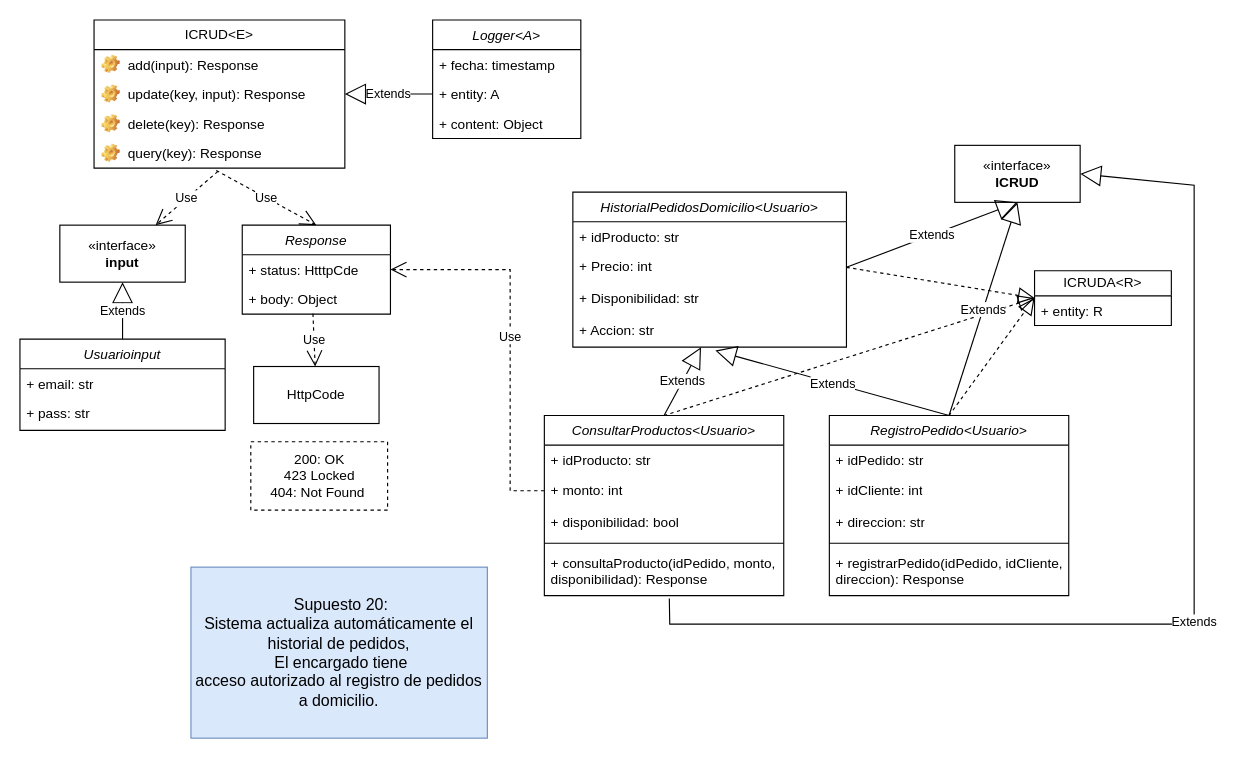
Above: Front-End_Sprint/Diagrama Supuesto20.drawio in Giggin-html/dwm4 (draw.io), before the change. Source tidied: cells renumbered, new cells numbered last; positions are measured from the earlier drawing's top-left corner, leaving out a move shared by most shapes. Both pictures are drawn from the tidied source at 114%, with x=0, y=0 at pixel (19, 19).
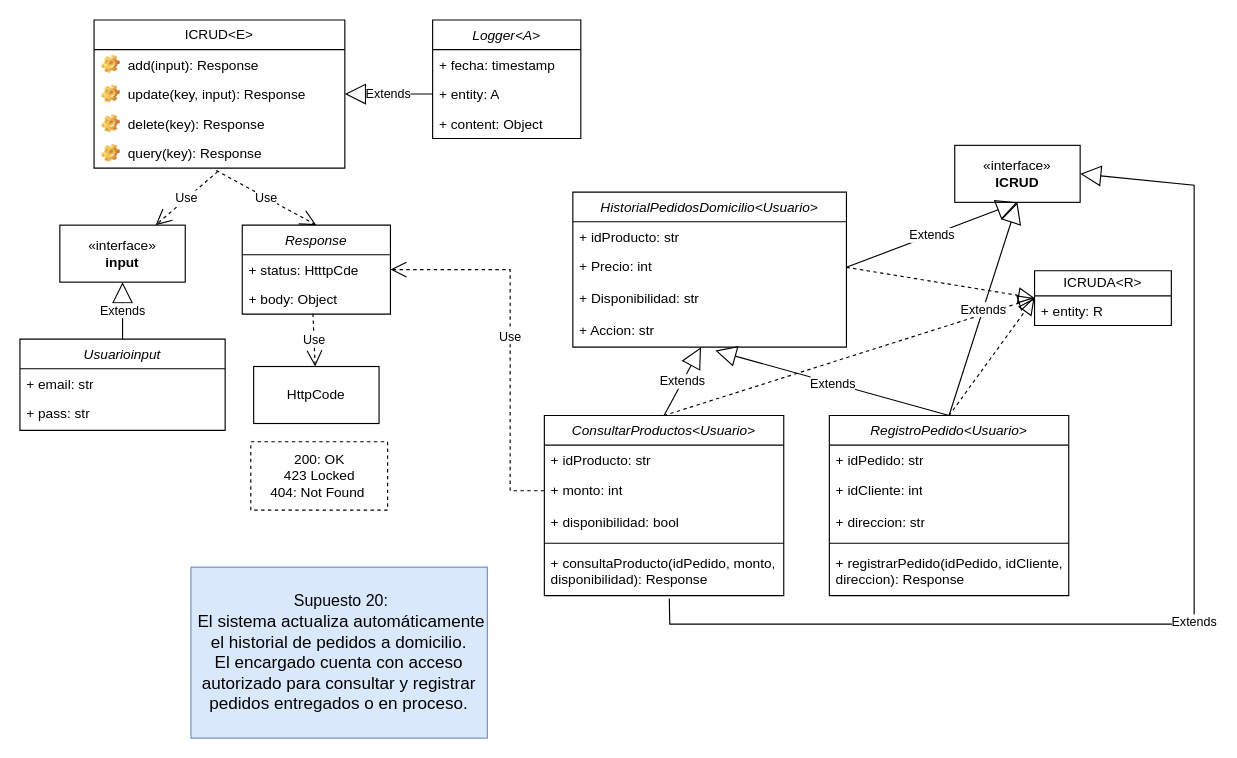
The same diagram, later.

The edit, as a diff of the source:
```diff
@@
-    <mxCell id="2" value="&lt;font style=&quot;font-size: 14px;&quot;&gt;&amp;nbsp;Supuesto 20:&lt;/font&gt;&lt;div&gt;&lt;font style=&quot;font-size: 14px;&quot;&gt;&amp;nbsp;&lt;/font&gt;&lt;span style=&quot;background-color: transparent; color: light-dark(rgb(0, 0, 0), rgb(255, 255, 255));&quot;&gt;&lt;font style=&quot;font-size: 14px;&quot;&gt;Sistema actualiza automáticamente el&amp;nbsp;&lt;/font&gt;&lt;/span&gt;&lt;/div&gt;&lt;div&gt;&lt;span style=&quot;background-color: transparent; color: light-dark(rgb(0, 0, 0), rgb(255, 255, 255));&quot;&gt;&lt;font style=&quot;font-size: 14px;&quot;&gt;historial de pedidos,&lt;/font&gt;&lt;/span&gt;&lt;/div&gt;&lt;div&gt;&lt;span style=&quot;background-color: transparent; color: light-dark(rgb(0, 0, 0), rgb(255, 255, 255));&quot;&gt;&lt;font style=&quot;font-size: 14px;&quot;&gt;&amp;nbsp;El encargado tiene&lt;br&gt; acceso autorizado al registro de pedidos a domicilio.&lt;/font&gt;&lt;/span&gt;&lt;/div&gt;&lt;div&gt;&lt;div&gt;&lt;/div&gt;&lt;/div&gt;" style="html=1;whiteSpace=wrap;fillColor=#dae8fc;strokeColor=#6c8ebf;align=center;" parent="1" vertex="1">
+    <mxCell id="2" value="&lt;font style=&quot;font-size: 14px;&quot;&gt;&amp;nbsp;Supuesto 20:&lt;/font&gt;&lt;div&gt;&lt;font style=&quot;font-size: 15px;&quot;&gt;&lt;font style=&quot;&quot;&gt;&amp;nbsp;&lt;/font&gt;&lt;span style=&quot;background-color: transparent; color: light-dark(rgb(0, 0, 0), rgb(255, 255, 255));&quot;&gt;El sistema actualiza automáticamente el historial de pedidos a domicilio.&lt;/span&gt;&lt;/font&gt;&lt;/div&gt;&lt;font style=&quot;font-size: 15px;&quot;&gt;El encargado cuenta con acceso autorizado para consultar y registrar pedidos entregados o en proceso.&lt;/font&gt;&lt;div&gt;&lt;div&gt;&lt;div&gt;&lt;/div&gt;&lt;/div&gt;&lt;/div&gt;" style="html=1;whiteSpace=wrap;fillColor=#dae8fc;strokeColor=#6c8ebf;align=center;" parent="1" vertex="1">
       <mxGeometry x="150" y="480" width="260" height="150" as="geometry" />
     </mxCell>
```
